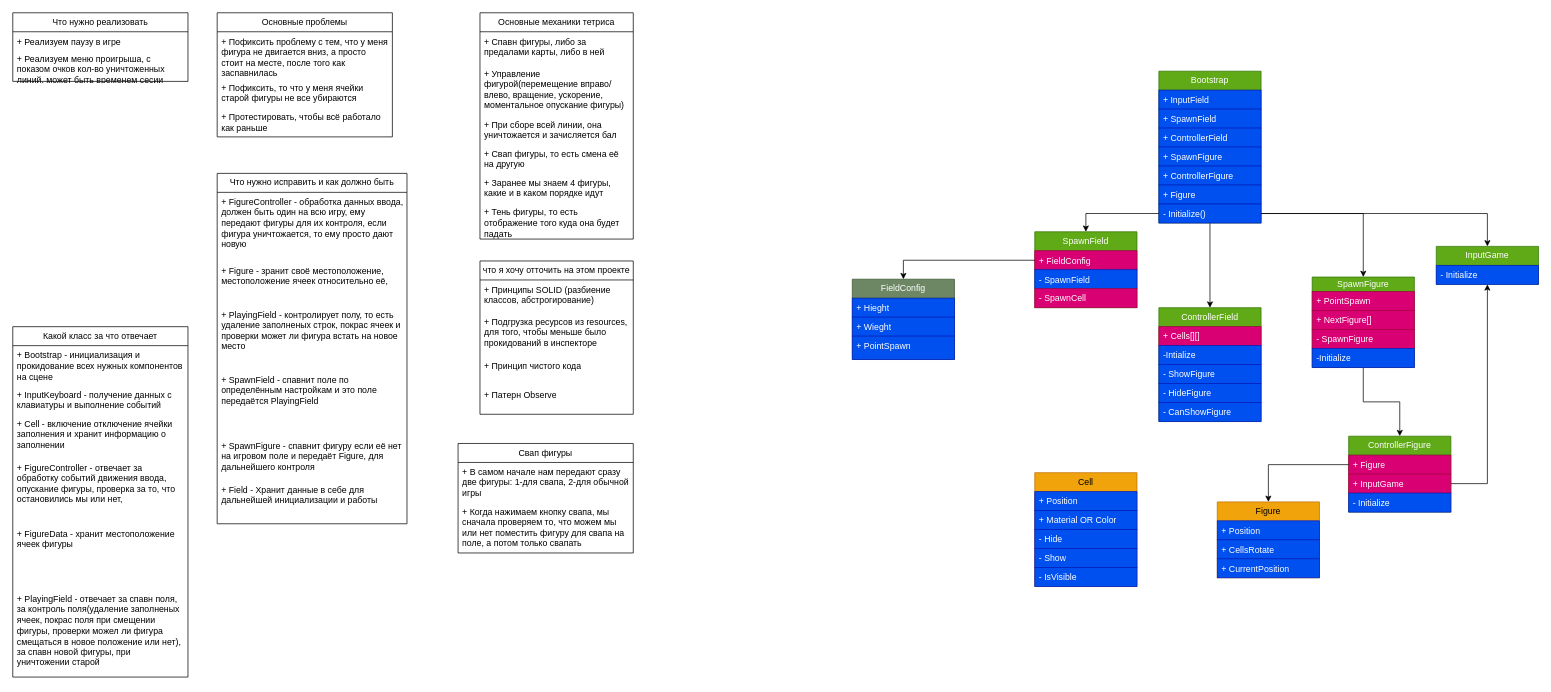
Above: TetrisGame.drawio in Bablakov/Tetris (draw.io), before the change. Source tidied: cells renumbered, new cells numbered last; positions are measured from the earlier drawing's top-left corner, leaving out a move shared by most shapes. Both pictures are drawn from the tidied source at 73%, with x=0, y=0 at pixel (12, 12).
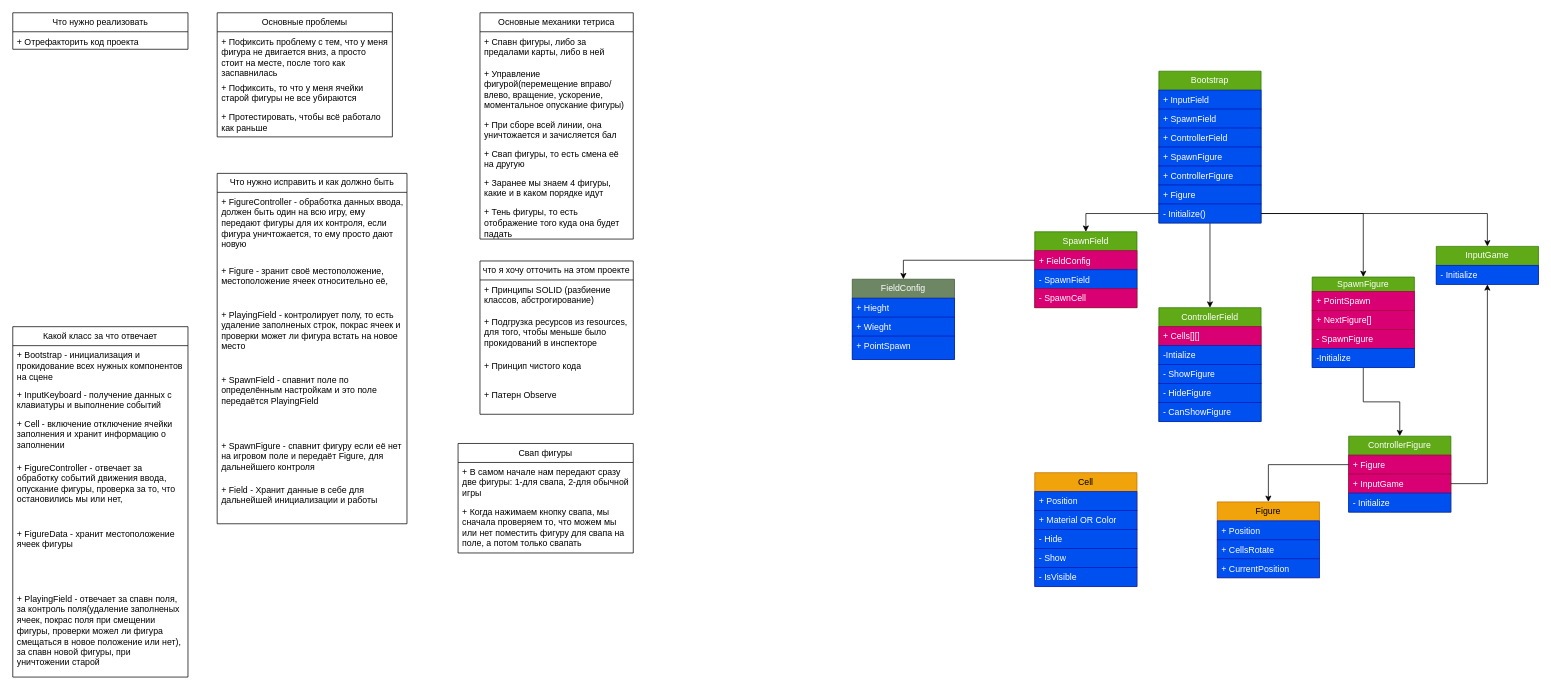
The same page after the edit.

The edit, as a diff of the source:
```diff
@@
     <mxCell id="2" value="Что нужно реализовать" style="swimlane;fontStyle=0;horizontal=1;startSize=26;fillColor=none;whiteSpace=wrap;html=1;" parent="1" vertex="1">
-      <mxGeometry width="240" height="94" as="geometry" />
+      <mxGeometry width="240" height="50" as="geometry" />
     </mxCell>
-    <mxCell id="3" value="+ Реализуем паузу в игре&amp;nbsp;" style="text;strokeColor=none;fillColor=none;align=left;verticalAlign=top;spacingLeft=4;spacingRight=4;overflow=hidden;whiteSpace=wrap;html=1;" parent="2" vertex="1">
-      <mxGeometry y="26" width="240" height="24" as="geometry" />
-    </mxCell>
-    <mxCell id="4" value="+ Реализуем меню проигрыша, с показом очков кол-во уничтоженных линий, может быть временем сесии" style="text;strokeColor=none;fillColor=none;align=left;verticalAlign=top;spacingLeft=4;spacingRight=4;overflow=hidden;whiteSpace=wrap;html=1;" parent="2" vertex="1">
-      <mxGeometry y="50" width="240" height="44" as="geometry" />
-    </mxCell>
+    <mxCell id="89" value="+ Отрефакторить код проекта" style="text;strokeColor=none;fillColor=none;align=left;verticalAlign=top;spacingLeft=4;spacingRight=4;overflow=hidden;whiteSpace=wrap;html=1;" parent="2" vertex="1">
+      <mxGeometry y="26" width="240" height="24" as="geometry" />
+    </mxCell>
```
